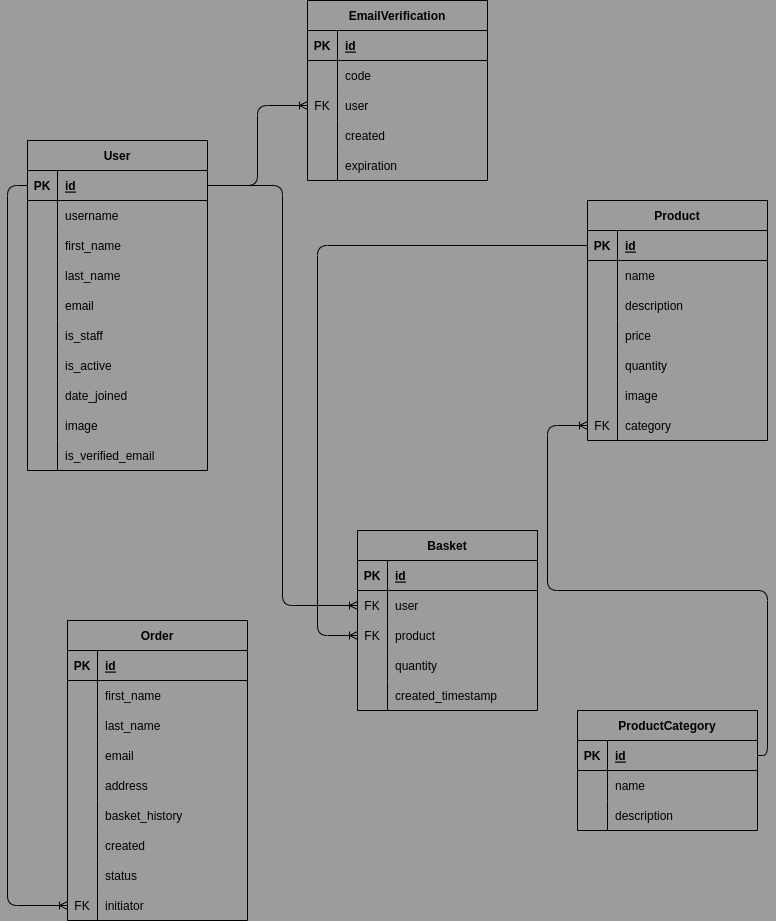
The draw.io diagram book_store_db.drawio.png in weirdoomer/book_store, before a commit. Source tidied: cells renumbered, new cells last; positions are measured from the earlier drawing's top-left corner, leaving out a move shared by most shapes.
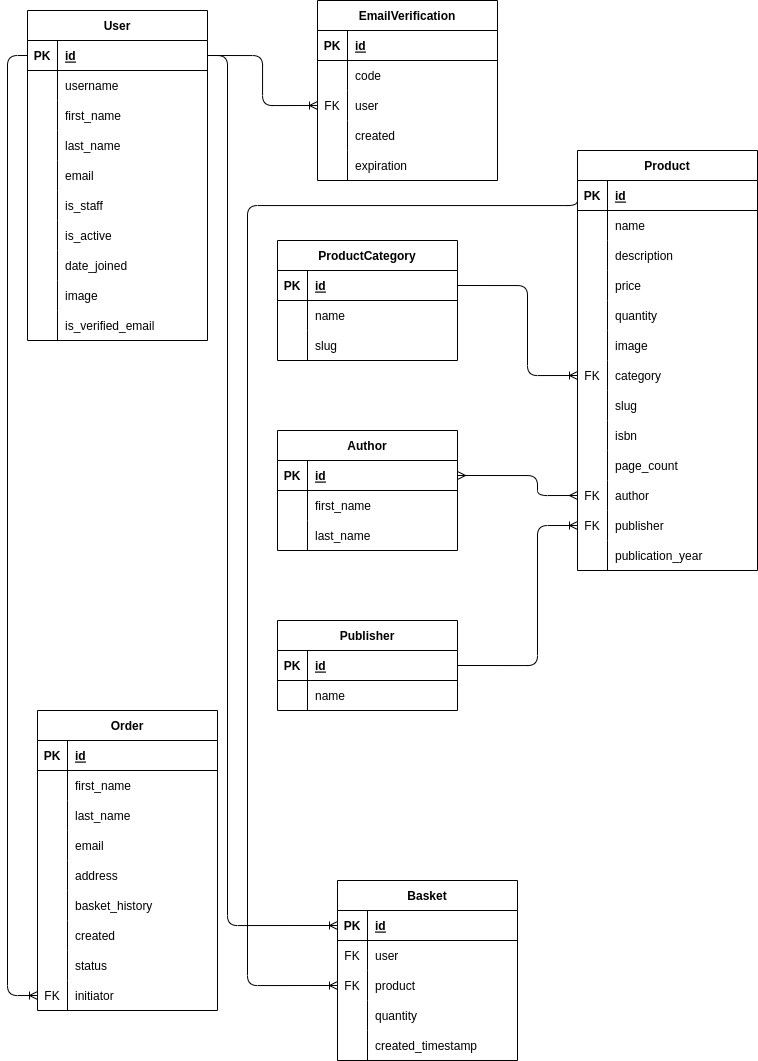
After the commit.

Diff of the diagram source:
```diff
@@ -1,2 +1,2 @@
-<mxGraphModel background="#9C9C9C">
+<mxGraphModel background="#FFFFFF">
   <root>
@@ -5,3 +5,3 @@
     <mxCell id="2" value="User" style="shape=table;startSize=30;rowLines=0;fontStyle=1;align=center;fillStyle=solid;fillColor=none;gradientColor=none;swimlaneFillColor=none;labelBackgroundColor=none;labelBorderColor=none;fontColor=#000000;strokeColor=#000000;" parent="1" vertex="1">
-      <mxGeometry x="20" y="140" width="180" height="330" as="geometry" />
+      <mxGeometry x="10" y="50" width="180" height="330" as="geometry" />
     </mxCell>
@@ -79,9 +79,9 @@
     </mxCell>
-    <mxCell id="27" style="shape=tableRow;horizontal=0;startSize=0;swimlaneHead=0;swimlaneBody=0;fillColor=none;top=0;left=0;right=0;bottom=0;labelBackgroundColor=none;labelBorderColor=none;fontColor=#000000;strokeColor=#000000;" parent="2" vertex="1">
-      <mxGeometry y="270" width="180" height="30" as="geometry" />
-    </mxCell>
-    <mxCell id="28" style="shape=partialRectangle;fillColor=none;top=0;left=0;bottom=0;right=0;overflow=hidden;labelBackgroundColor=none;labelBorderColor=none;fontColor=#000000;strokeColor=#000000;" parent="27" vertex="1">
-      <mxGeometry width="30" height="30" as="geometry" />
-    </mxCell>
+    <mxCell id="130" style="shape=tableRow;horizontal=0;startSize=0;swimlaneHead=0;swimlaneBody=0;fillColor=none;top=0;left=0;right=0;bottom=0;labelBackgroundColor=none;labelBorderColor=none;fontColor=#000000;strokeColor=#000000;" parent="2" vertex="1">
+      <mxGeometry y="270" width="180" height="30" as="geometry" />
+    </mxCell>
+    <mxCell id="131" style="shape=partialRectangle;fillColor=none;top=0;left=0;bottom=0;right=0;overflow=hidden;labelBackgroundColor=none;labelBorderColor=none;fontColor=#000000;strokeColor=#000000;" parent="130" vertex="1">
+      <mxGeometry width="30" height="30" as="geometry" />
+    </mxCell>
-    <mxCell id="29" value="image" style="shape=partialRectangle;fillColor=none;top=0;left=0;bottom=0;right=0;align=left;spacingLeft=6;overflow=hidden;labelBackgroundColor=none;labelBorderColor=none;fontColor=#000000;strokeColor=#000000;" parent="27" vertex="1">
+    <mxCell id="29" value="image" style="shape=partialRectangle;fillColor=none;top=0;left=0;bottom=0;right=0;align=left;spacingLeft=6;overflow=hidden;labelBackgroundColor=none;labelBorderColor=none;fontColor=#000000;strokeColor=#000000;" parent="130" vertex="1">
       <mxGeometry x="30" width="150" height="30" as="geometry" />
@@ -98,3 +98,3 @@
     <mxCell id="33" value="EmailVerification" style="shape=table;startSize=30;rowLines=0;fontStyle=1;align=center;fillStyle=solid;fillColor=none;gradientColor=none;swimlaneFillColor=none;strokeColor=#000000;labelBackgroundColor=none;labelBorderColor=none;fontColor=#000000;" parent="1" vertex="1">
-      <mxGeometry x="300" width="180" height="180" as="geometry" />
+      <mxGeometry x="300" y="40" width="180" height="180" as="geometry" />
     </mxCell>
@@ -146,3 +146,3 @@
     <mxCell id="49" value="Product" style="shape=table;startSize=30;rowLines=0;fontStyle=1;align=center;fillStyle=solid;fillColor=none;gradientColor=none;swimlaneFillColor=none;labelBackgroundColor=none;labelBorderColor=none;fontColor=#000000;strokeColor=#000000;" parent="1" vertex="1">
-      <mxGeometry x="580" y="200" width="180" height="240" as="geometry" />
+      <mxGeometry x="560" y="190" width="180" height="420" as="geometry" />
     </mxCell>
@@ -211,4 +211,58 @@
     </mxCell>
+    <mxCell id="132" style="shape=tableRow;horizontal=0;startSize=0;swimlaneHead=0;swimlaneBody=0;fillColor=none;top=0;left=0;right=0;bottom=0;labelBackgroundColor=none;labelBorderColor=none;fontColor=#000000;strokeColor=#000000;" parent="49" vertex="1">
+      <mxGeometry y="240" width="180" height="30" as="geometry" />
+    </mxCell>
+    <mxCell id="133" style="shape=partialRectangle;fillColor=none;top=0;left=0;bottom=0;right=0;overflow=hidden;labelBackgroundColor=none;labelBorderColor=none;fontColor=#000000;strokeColor=#000000;" parent="132" vertex="1">
+      <mxGeometry width="30" height="30" as="geometry" />
+    </mxCell>
+    <mxCell id="134" value="slug" style="shape=partialRectangle;fillColor=none;top=0;left=0;bottom=0;right=0;align=left;spacingLeft=6;overflow=hidden;labelBackgroundColor=none;labelBorderColor=none;fontColor=#000000;strokeColor=#000000;" parent="132" vertex="1">
+      <mxGeometry x="30" width="150" height="30" as="geometry" />
+    </mxCell>
+    <mxCell id="135" style="shape=tableRow;horizontal=0;startSize=0;swimlaneHead=0;swimlaneBody=0;fillColor=none;top=0;left=0;right=0;bottom=0;labelBackgroundColor=none;labelBorderColor=none;fontColor=#000000;strokeColor=#000000;" parent="49" vertex="1">
+      <mxGeometry y="270" width="180" height="30" as="geometry" />
+    </mxCell>
+    <mxCell id="136" style="shape=partialRectangle;fillColor=none;top=0;left=0;bottom=0;right=0;overflow=hidden;labelBackgroundColor=none;labelBorderColor=none;fontColor=#000000;strokeColor=#000000;" parent="135" vertex="1">
+      <mxGeometry width="30" height="30" as="geometry" />
+    </mxCell>
+    <mxCell id="137" value="isbn" style="shape=partialRectangle;fillColor=none;top=0;left=0;bottom=0;right=0;align=left;spacingLeft=6;overflow=hidden;labelBackgroundColor=none;labelBorderColor=none;fontColor=#000000;strokeColor=#000000;" parent="135" vertex="1">
+      <mxGeometry x="30" width="150" height="30" as="geometry" />
+    </mxCell>
+    <mxCell id="138" style="shape=tableRow;horizontal=0;startSize=0;swimlaneHead=0;swimlaneBody=0;fillColor=none;top=0;left=0;right=0;bottom=0;labelBackgroundColor=none;labelBorderColor=none;fontColor=#000000;strokeColor=#000000;" parent="49" vertex="1">
+      <mxGeometry y="300" width="180" height="30" as="geometry" />
+    </mxCell>
+    <mxCell id="139" style="shape=partialRectangle;fillColor=none;top=0;left=0;bottom=0;right=0;overflow=hidden;labelBackgroundColor=none;labelBorderColor=none;fontColor=#000000;strokeColor=#000000;" parent="138" vertex="1">
+      <mxGeometry width="30" height="30" as="geometry" />
+    </mxCell>
+    <mxCell id="140" value="page_count" style="shape=partialRectangle;fillColor=none;top=0;left=0;bottom=0;right=0;align=left;spacingLeft=6;overflow=hidden;labelBackgroundColor=none;labelBorderColor=none;fontColor=#000000;strokeColor=#000000;" parent="138" vertex="1">
+      <mxGeometry x="30" width="150" height="30" as="geometry" />
+    </mxCell>
+    <mxCell id="141" style="shape=tableRow;horizontal=0;startSize=0;swimlaneHead=0;swimlaneBody=0;fillColor=none;points=[[0,0.5],[1,0.5]];portConstraint=eastwest;top=0;left=0;right=0;bottom=0;labelBackgroundColor=none;labelBorderColor=none;fontColor=#000000;strokeColor=#000000;" parent="49" vertex="1">
+      <mxGeometry y="330" width="180" height="30" as="geometry" />
+    </mxCell>
+    <mxCell id="142" value="FK" style="shape=partialRectangle;fillColor=none;top=0;left=0;bottom=0;right=0;overflow=hidden;labelBackgroundColor=none;labelBorderColor=none;fontColor=#000000;strokeColor=#000000;" parent="141" vertex="1">
+      <mxGeometry width="30" height="30" as="geometry" />
+    </mxCell>
+    <mxCell id="143" value="author" style="shape=partialRectangle;fillColor=none;top=0;left=0;bottom=0;right=0;align=left;spacingLeft=6;overflow=hidden;labelBackgroundColor=none;labelBorderColor=none;fontColor=#000000;strokeColor=#000000;" parent="141" vertex="1">
+      <mxGeometry x="30" width="150" height="30" as="geometry" />
+    </mxCell>
+    <mxCell id="144" style="shape=tableRow;horizontal=0;startSize=0;swimlaneHead=0;swimlaneBody=0;fillColor=none;points=[[0,0.5],[1,0.5]];portConstraint=eastwest;top=0;left=0;right=0;bottom=0;labelBackgroundColor=none;labelBorderColor=none;fontColor=#000000;strokeColor=#000000;" parent="49" vertex="1">
+      <mxGeometry y="360" width="180" height="30" as="geometry" />
+    </mxCell>
+    <mxCell id="145" value="FK" style="shape=partialRectangle;fillColor=none;top=0;left=0;bottom=0;right=0;overflow=hidden;labelBackgroundColor=none;labelBorderColor=none;fontColor=#000000;strokeColor=#000000;" parent="144" vertex="1">
+      <mxGeometry width="30" height="30" as="geometry" />
+    </mxCell>
+    <mxCell id="146" value="publisher" style="shape=partialRectangle;fillColor=none;top=0;left=0;bottom=0;right=0;align=left;spacingLeft=6;overflow=hidden;labelBackgroundColor=none;labelBorderColor=none;fontColor=#000000;strokeColor=#000000;" parent="144" vertex="1">
+      <mxGeometry x="30" width="150" height="30" as="geometry" />
+    </mxCell>
+    <mxCell id="147" style="shape=tableRow;horizontal=0;startSize=0;swimlaneHead=0;swimlaneBody=0;fillColor=none;top=0;left=0;right=0;bottom=0;labelBackgroundColor=none;labelBorderColor=none;fontColor=#000000;strokeColor=#000000;" parent="49" vertex="1">
+      <mxGeometry y="390" width="180" height="30" as="geometry" />
+    </mxCell>
+    <mxCell id="148" style="shape=partialRectangle;fillColor=none;top=0;left=0;bottom=0;right=0;overflow=hidden;labelBackgroundColor=none;labelBorderColor=none;fontColor=#000000;strokeColor=#000000;" parent="147" vertex="1">
+      <mxGeometry width="30" height="30" as="geometry" />
+    </mxCell>
+    <mxCell id="149" value="publication_year" style="shape=partialRectangle;fillColor=none;top=0;left=0;bottom=0;right=0;align=left;spacingLeft=6;overflow=hidden;labelBackgroundColor=none;labelBorderColor=none;fontColor=#000000;strokeColor=#000000;" parent="147" vertex="1">
+      <mxGeometry x="30" width="150" height="30" as="geometry" />
+    </mxCell>
     <mxCell id="71" value="ProductCategory" style="shape=table;startSize=30;rowLines=0;fontStyle=1;align=center;fillStyle=solid;fillColor=none;gradientColor=none;swimlaneFillColor=none;labelBackgroundColor=none;labelBorderColor=none;fontColor=#000000;strokeColor=#000000;" parent="1" vertex="1">
-      <mxGeometry x="570" y="710" width="180" height="120" as="geometry" />
+      <mxGeometry x="260" y="280" width="180" height="120" as="geometry" />
     </mxCell>
@@ -238,3 +292,3 @@
     </mxCell>
-    <mxCell id="80" value="description" style="shape=partialRectangle;fillColor=none;top=0;left=0;bottom=0;right=0;align=left;spacingLeft=6;overflow=hidden;labelBackgroundColor=none;labelBorderColor=none;fontColor=#000000;strokeColor=#000000;" parent="78" vertex="1">
+    <mxCell id="80" value="slug" style="shape=partialRectangle;fillColor=none;top=0;left=0;bottom=0;right=0;align=left;spacingLeft=6;overflow=hidden;labelBackgroundColor=none;labelBorderColor=none;fontColor=#000000;strokeColor=#000000;" parent="78" vertex="1">
       <mxGeometry x="30" width="150" height="30" as="geometry" />
@@ -242,3 +296,3 @@
     <mxCell id="81" value="Basket" style="shape=table;startSize=30;rowLines=0;fontStyle=1;align=center;fillStyle=solid;fillColor=none;gradientColor=none;swimlaneFillColor=none;labelBackgroundColor=none;labelBorderColor=none;fontColor=#000000;strokeColor=#000000;" parent="1" vertex="1">
-      <mxGeometry x="350" y="530" width="180" height="180" as="geometry" />
+      <mxGeometry x="320" y="920" width="180" height="180" as="geometry" />
     </mxCell>
@@ -290,3 +344,3 @@
     <mxCell id="97" value="Order" style="shape=table;startSize=30;rowLines=0;fontStyle=1;align=center;fillStyle=solid;fillColor=none;gradientColor=none;swimlaneFillColor=none;labelBackgroundColor=none;labelBorderColor=none;fontColor=#000000;strokeColor=#000000;" parent="1" vertex="1">
-      <mxGeometry x="60" y="620" width="180" height="300" as="geometry" />
+      <mxGeometry x="20" y="750" width="180" height="300" as="geometry" />
     </mxCell>
@@ -379,6 +433,4 @@
         <Array as="points">
-          <mxPoint x="760" y="755" />
-          <mxPoint x="760" y="590" />
-          <mxPoint x="540" y="590" />
-          <mxPoint x="540" y="425" />
+          <mxPoint x="510" y="325" />
+          <mxPoint x="510" y="415" />
         </Array>
@@ -386,4 +438,9 @@
     </mxCell>
-    <mxCell id="127" style="edgeStyle=orthogonalEdgeStyle;fontSize=12;endArrow=ERoneToMany;exitX=1;exitY=0.5;exitDx=0;exitDy=0;labelBackgroundColor=none;labelBorderColor=none;fontColor=#000000;strokeColor=#000000;" parent="1" edge="1" source="3" target="85">
-      <mxGeometry relative="1" as="geometry" />
+    <mxCell id="127" style="edgeStyle=orthogonalEdgeStyle;fontSize=12;endArrow=ERoneToMany;exitX=1;exitY=0.5;exitDx=0;exitDy=0;labelBackgroundColor=none;labelBorderColor=none;fontColor=#000000;strokeColor=#000000;entryX=0;entryY=0.5;entryDx=0;entryDy=0;" parent="1" edge="1" source="3" target="82">
+      <mxGeometry relative="1" as="geometry">
+        <Array as="points">
+          <mxPoint x="210" y="95" />
+          <mxPoint x="210" y="965" />
+        </Array>
+      </mxGeometry>
     </mxCell>
@@ -392,4 +449,4 @@
         <Array as="points">
-          <mxPoint x="310" y="245" />
-          <mxPoint x="310" y="635" />
+          <mxPoint x="230" y="245" />
+          <mxPoint x="230" y="1025" />
         </Array>
@@ -400,4 +457,4 @@
         <Array as="points">
-          <mxPoint y="185" />
-          <mxPoint y="905" />
+          <mxPoint x="-10" y="95" />
+          <mxPoint x="-10" y="1035" />
         </Array>
@@ -405,2 +462,69 @@
     </mxCell>
+    <mxCell id="150" value="Author" style="shape=table;startSize=30;rowLines=0;fontStyle=1;align=center;strokeColor=#000000;fontColor=#000000;fillColor=none;" parent="1" vertex="1">
+      <mxGeometry x="260" y="470" width="180" height="120" as="geometry" />
+    </mxCell>
+    <mxCell id="151" style="shape=tableRow;horizontal=0;startSize=0;swimlaneHead=0;swimlaneBody=0;fillColor=none;points=[[0,0.5],[1,0.5]];portConstraint=eastwest;top=0;left=0;right=0;bottom=1;strokeColor=#000000;fontColor=#000000;" parent="150" vertex="1">
+      <mxGeometry y="30" width="180" height="30" as="geometry" />
+    </mxCell>
+    <mxCell id="152" value="PK" style="shape=partialRectangle;fillColor=none;top=0;left=0;bottom=0;right=0;fontStyle=1;overflow=hidden;strokeColor=#000000;fontColor=#000000;" parent="151" vertex="1">
+      <mxGeometry width="30" height="30" as="geometry" />
+    </mxCell>
+    <mxCell id="153" value="id" style="shape=partialRectangle;fillColor=none;top=0;left=0;bottom=0;right=0;align=left;spacingLeft=6;fontStyle=5;overflow=hidden;strokeColor=#000000;fontColor=#000000;" parent="151" vertex="1">
+      <mxGeometry x="30" width="150" height="30" as="geometry" />
+    </mxCell>
+    <mxCell id="154" style="shape=tableRow;horizontal=0;startSize=0;swimlaneHead=0;swimlaneBody=0;fillColor=none;top=0;left=0;right=0;bottom=0;strokeColor=#000000;fontColor=#000000;" parent="150" vertex="1">
+      <mxGeometry y="60" width="180" height="30" as="geometry" />
+    </mxCell>
+    <mxCell id="155" style="shape=partialRectangle;fillColor=none;top=0;left=0;bottom=0;right=0;overflow=hidden;strokeColor=#000000;fontColor=#000000;" parent="154" vertex="1">
+      <mxGeometry width="30" height="30" as="geometry" />
+    </mxCell>
+    <mxCell id="156" value="first_name" style="shape=partialRectangle;fillColor=none;top=0;left=0;bottom=0;right=0;align=left;spacingLeft=6;overflow=hidden;strokeColor=#000000;fontColor=#000000;" parent="154" vertex="1">
+      <mxGeometry x="30" width="150" height="30" as="geometry" />
+    </mxCell>
+    <mxCell id="157" style="shape=tableRow;horizontal=0;startSize=0;swimlaneHead=0;swimlaneBody=0;fillColor=none;top=0;left=0;right=0;bottom=0;strokeColor=#000000;fontColor=#000000;" parent="150" vertex="1">
+      <mxGeometry y="90" width="180" height="30" as="geometry" />
+    </mxCell>
+    <mxCell id="158" style="shape=partialRectangle;fillColor=none;top=0;left=0;bottom=0;right=0;overflow=hidden;strokeColor=#000000;fontColor=#000000;" parent="157" vertex="1">
+      <mxGeometry width="30" height="30" as="geometry" />
+    </mxCell>
+    <mxCell id="159" value="last_name" style="shape=partialRectangle;fillColor=none;top=0;left=0;bottom=0;right=0;align=left;spacingLeft=6;overflow=hidden;strokeColor=#000000;fontColor=#000000;" parent="157" vertex="1">
+      <mxGeometry x="30" width="150" height="30" as="geometry" />
+    </mxCell>
+    <mxCell id="160" value="Publisher" style="shape=table;startSize=30;rowLines=0;fontStyle=1;align=center;strokeColor=#000000;fontColor=#000000;fillColor=none;" parent="1" vertex="1">
+      <mxGeometry x="260" y="660" width="180" height="90" as="geometry" />
+    </mxCell>
+    <mxCell id="161" style="shape=tableRow;horizontal=0;startSize=0;swimlaneHead=0;swimlaneBody=0;fillColor=none;points=[[0,0.5],[1,0.5]];portConstraint=eastwest;top=0;left=0;right=0;bottom=1;strokeColor=#000000;fontColor=#000000;" parent="160" vertex="1">
+      <mxGeometry y="30" width="180" height="30" as="geometry" />
+    </mxCell>
+    <mxCell id="162" value="PK" style="shape=partialRectangle;fillColor=none;top=0;left=0;bottom=0;right=0;fontStyle=1;overflow=hidden;strokeColor=#000000;fontColor=#000000;" parent="161" vertex="1">
+      <mxGeometry width="30" height="30" as="geometry" />
+    </mxCell>
+    <mxCell id="163" value="id" style="shape=partialRectangle;fillColor=none;top=0;left=0;bottom=0;right=0;align=left;spacingLeft=6;fontStyle=5;overflow=hidden;strokeColor=#000000;fontColor=#000000;" parent="161" vertex="1">
+      <mxGeometry x="30" width="150" height="30" as="geometry" />
+    </mxCell>
+    <mxCell id="164" style="shape=tableRow;horizontal=0;startSize=0;swimlaneHead=0;swimlaneBody=0;fillColor=none;top=0;left=0;right=0;bottom=0;strokeColor=#000000;fontColor=#000000;" parent="160" vertex="1">
+      <mxGeometry y="60" width="180" height="30" as="geometry" />
+    </mxCell>
+    <mxCell id="165" style="shape=partialRectangle;fillColor=none;top=0;left=0;bottom=0;right=0;overflow=hidden;strokeColor=#000000;fontColor=#000000;" parent="164" vertex="1">
+      <mxGeometry width="30" height="30" as="geometry" />
+    </mxCell>
+    <mxCell id="166" value="name" style="shape=partialRectangle;fillColor=none;top=0;left=0;bottom=0;right=0;align=left;spacingLeft=6;overflow=hidden;strokeColor=#000000;fontColor=#000000;" parent="164" vertex="1">
+      <mxGeometry x="30" width="150" height="30" as="geometry" />
+    </mxCell>
+    <mxCell id="167" style="edgeStyle=orthogonalEdgeStyle;fontSize=12;html=1;endArrow=ERoneToMany;rounded=1;fontColor=#000000;exitX=1;exitY=0.5;exitDx=0;exitDy=0;entryX=0;entryY=0.5;entryDx=0;entryDy=0;strokeColor=#000000;" parent="1" edge="1" source="161" target="144">
+      <mxGeometry relative="1" as="geometry">
+        <Array as="points">
+          <mxPoint x="520" y="705" />
+          <mxPoint x="520" y="565" />
+        </Array>
+      </mxGeometry>
+    </mxCell>
+    <mxCell id="168" style="edgeStyle=orthogonalEdgeStyle;fontSize=12;html=1;endArrow=ERmany;startArrow=ERmany;rounded=1;strokeColor=#000000;fontColor=#000000;entryX=0;entryY=0.5;entryDx=0;entryDy=0;fontStyle=0;exitX=1;exitY=0.5;exitDx=0;exitDy=0;" parent="1" edge="1" source="151" target="141">
+      <mxGeometry relative="1" as="geometry">
+        <Array as="points">
+          <mxPoint x="520" y="515" />
+          <mxPoint x="520" y="535" />
+        </Array>
+      </mxGeometry>
+    </mxCell>
   </root>
```
